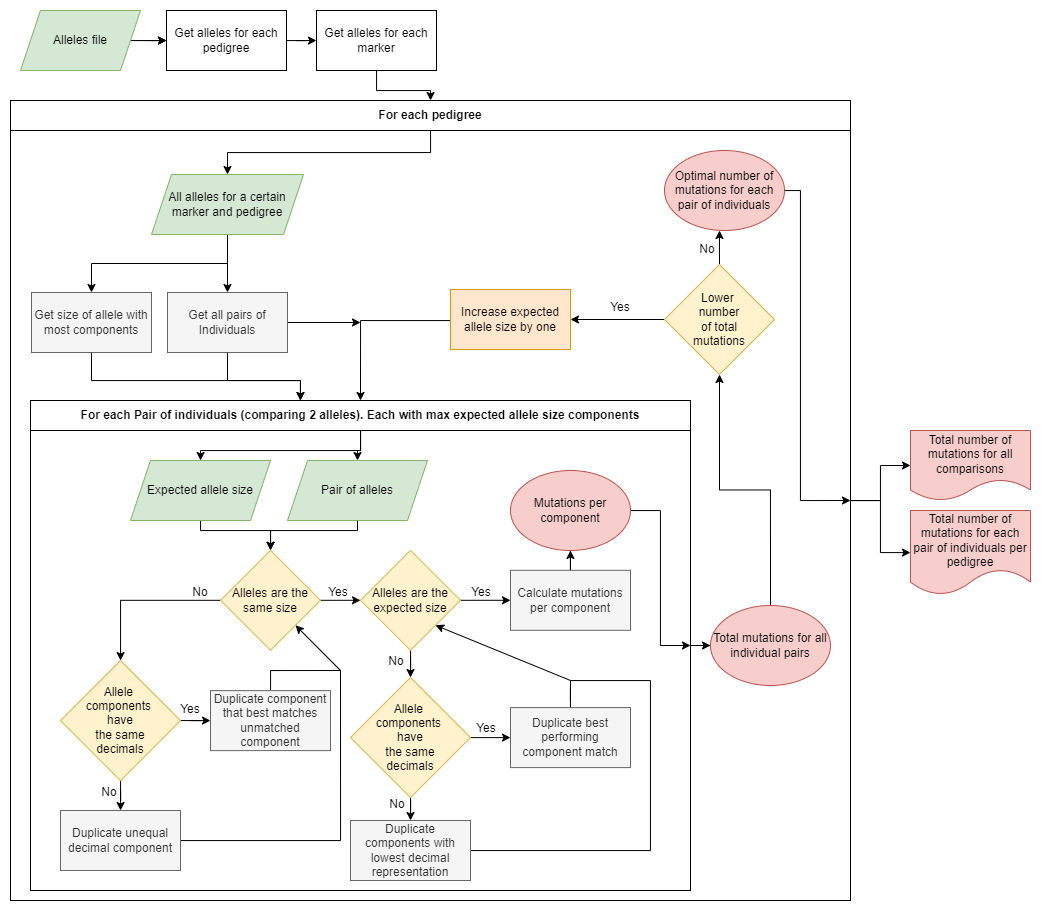
genid/MalePedigreeToolbox keeps this draw.io diagram as diagrams/mutation_diff_diagram.drawio.png. Above is the earlier version. Source tidied: cells renumbered, new cells last; positions are measured from the earlier drawing's top-left corner, leaving out a move shared by most shapes.
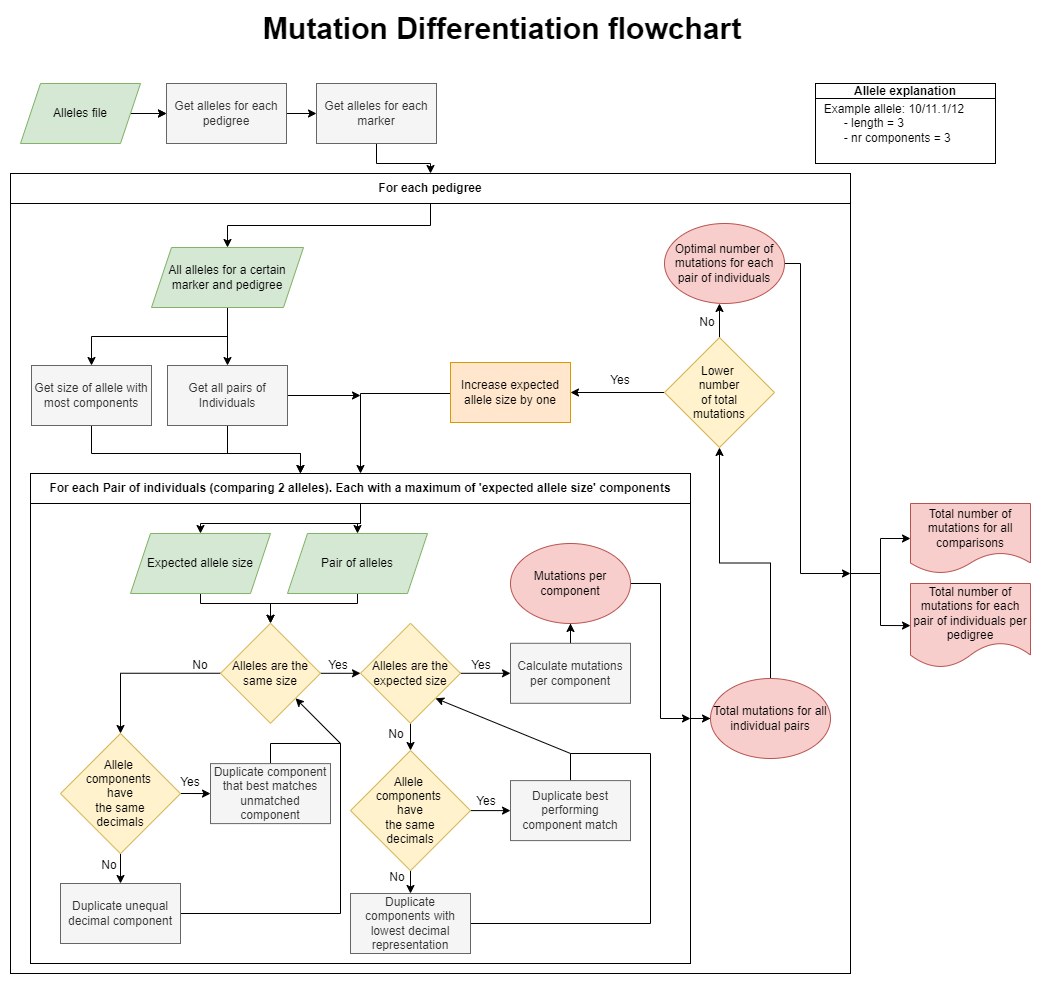
After the change.

Commit message:
improved and added diagrams for mutation_diff and infer_pedigree_mutations

Change to the diagram source:
```diff
@@ -204,7 +204,7 @@
     <mxCell id="54" style="edgeStyle=orthogonalEdgeStyle;rounded=0;jettySize=auto;html=1;endArrow=classic;endFill=1;" parent="1" edge="1" source="55" target="40">
       <mxGeometry relative="1" as="geometry" />
     </mxCell>
-    <mxCell id="55" value="&lt;b&gt;For each Pair of individuals (comparing 2 alleles). Each with max expected allele size components&lt;/b&gt;" style="rounded=0;whiteSpace=wrap;html=1;fillColor=none;" parent="1" vertex="1">
+    <mxCell id="55" value="&lt;b&gt;For each Pair of individuals (comparing 2 alleles). Each with a maximum of 'expected allele size' components&lt;/b&gt;" style="rounded=0;whiteSpace=wrap;html=1;fillColor=none;" parent="1" vertex="1">
       <mxGeometry x="20" y="390" width="660" height="30" as="geometry" />
     </mxCell>
     <mxCell id="56" style="edgeStyle=orthogonalEdgeStyle;rounded=0;jettySize=auto;html=1;entryX=1;entryY=0.5;entryDx=0;entryDy=0;endArrow=classic;endFill=1;" parent="1" edge="1" source="57" target="6">
@@ -243,13 +243,13 @@
     <mxCell id="63" style="edgeStyle=orthogonalEdgeStyle;rounded=0;jettySize=auto;html=1;" parent="1" edge="1" source="64" target="66">
       <mxGeometry relative="1" as="geometry" />
     </mxCell>
-    <mxCell id="64" value="Get alleles for each pedigree" style="rounded=0;whiteSpace=wrap;html=1;" parent="1" vertex="1">
+    <mxCell id="64" value="Get alleles for each pedigree" style="rounded=0;whiteSpace=wrap;html=1;fillColor=#f5f5f5;fontColor=#333333;strokeColor=#666666;" parent="1" vertex="1">
       <mxGeometry x="156" width="120" height="60" as="geometry" />
     </mxCell>
     <mxCell id="65" style="edgeStyle=orthogonalEdgeStyle;rounded=0;jettySize=auto;html=1;entryX=0.5;entryY=0;entryDx=0;entryDy=0;endArrow=classic;endFill=1;" parent="1" edge="1" source="66" target="70">
       <mxGeometry relative="1" as="geometry" />
     </mxCell>
-    <mxCell id="66" value="Get alleles for each marker" style="rounded=0;whiteSpace=wrap;html=1;" parent="1" vertex="1">
+    <mxCell id="66" value="Get alleles for each marker" style="rounded=0;whiteSpace=wrap;html=1;fillColor=#f5f5f5;fontColor=#333333;strokeColor=#666666;" parent="1" vertex="1">
       <mxGeometry x="306" width="120" height="60" as="geometry" />
     </mxCell>
     <mxCell id="67" style="edgeStyle=orthogonalEdgeStyle;rounded=0;jettySize=auto;html=1;endArrow=classic;endFill=1;" parent="1" edge="1" source="68" target="64">
@@ -290,5 +290,17 @@
     <mxCell id="77" value="Get size of allele with most components" style="rounded=0;whiteSpace=wrap;html=1;fillColor=#f5f5f5;fontColor=#333333;strokeColor=#666666;" parent="1" vertex="1">
       <mxGeometry x="21" y="282" width="120" height="60" as="geometry" />
     </mxCell>
+    <mxCell id="78" style="group;" parent="1" vertex="1">
+      <mxGeometry x="805" width="180" height="80" as="geometry" />
+    </mxCell>
+    <mxCell id="79" value="&amp;nbsp; Example allele: 10/11.1/12&lt;br&gt;&lt;span style=&quot;white-space: pre;&quot;&gt;&#9;&lt;/span&gt;- length = 3&lt;br&gt;&lt;span style=&quot;white-space: pre;&quot;&gt;&#9;&lt;/span&gt;- nr components = 3" style="rounded=0;whiteSpace=wrap;html=1;align=left;" parent="78" vertex="1">
+      <mxGeometry width="180" height="80" as="geometry" />
+    </mxCell>
+    <mxCell id="80" value="&lt;b&gt;Allele explanation&lt;/b&gt;" style="rounded=0;whiteSpace=wrap;html=1;" parent="78" vertex="1">
+      <mxGeometry width="180" height="15" as="geometry" />
+    </mxCell>
+    <mxCell id="81" value="&lt;b&gt;&lt;font style=&quot;font-size: 30px;&quot;&gt;Mutation Differentiation flowchart&lt;/font&gt;&lt;/b&gt;" style="text;html=1;strokeColor=none;fillColor=none;align=center;verticalAlign=middle;whiteSpace=wrap;rounded=0;" parent="1" vertex="1">
+      <mxGeometry x="210" y="-70" width="564" height="30" as="geometry" />
+    </mxCell>
   </root>
 </mxGraphModel>
```
